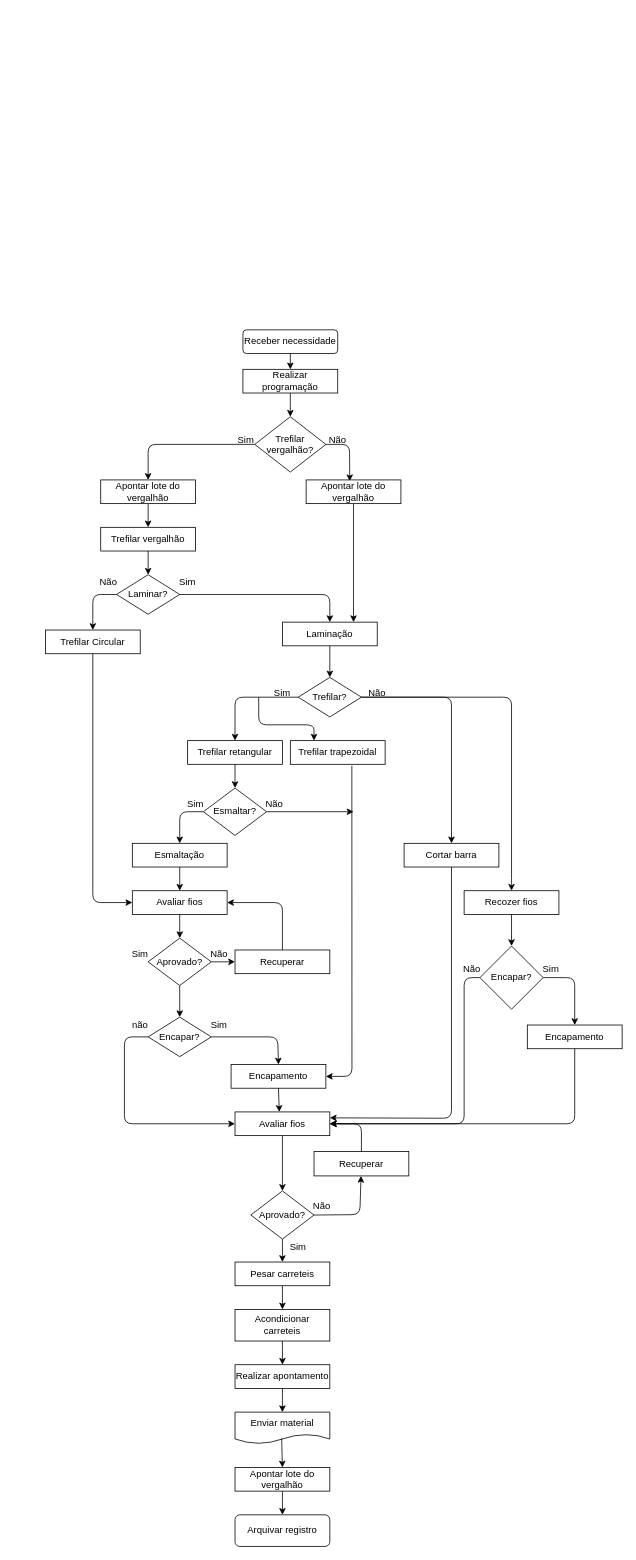
Before: Untitled Diagram.drawio in zeca-esp/disney.github.io, a draw.io diagram. Source tidied: cells renumbered, new cells numbered last; positions are measured from the earlier drawing's top-left corner, leaving out a move shared by most shapes. Both pictures are drawn from the tidied source at 79%, with x=0, y=0 at pixel (45, 329).
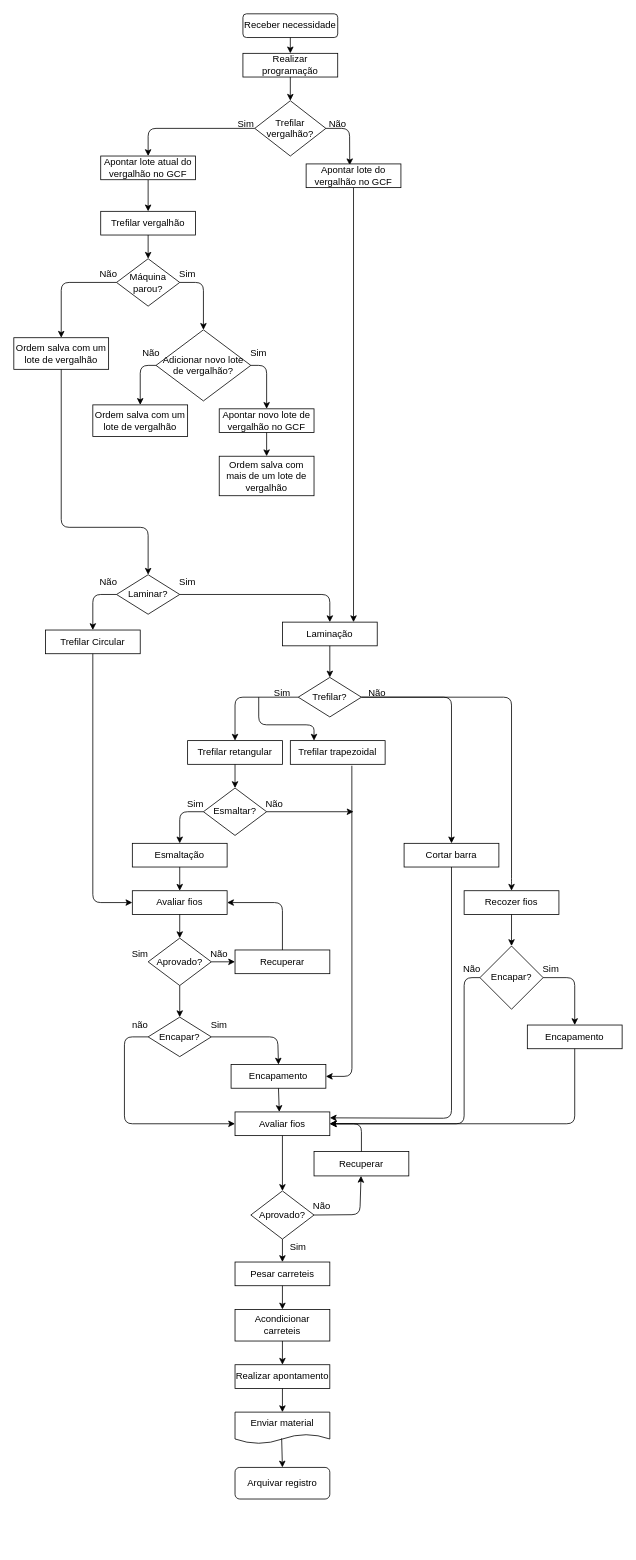
The same diagram, later.

Unchanged cells that the change refers to:
```xml
<mxCell id="7" value="Laminar?" style="rhombus;whiteSpace=wrap;html=1;" parent="1" vertex="1">
  <mxGeometry x="90" y="310" width="80" height="50" as="geometry" />
</mxCell>
```

What changed in the source:
```diff
@@
     <mxCell id="2" value="Receber necessidade" style="rounded=1;whiteSpace=wrap;html=1;" parent="1" vertex="1">
-      <mxGeometry x="250" width="120" height="30" as="geometry" />
+      <mxGeometry x="250" y="-400" width="120" height="30" as="geometry" />
     </mxCell>
     <mxCell id="3" value="Realizar programação" style="rounded=0;whiteSpace=wrap;html=1;" parent="1" vertex="1">
-      <mxGeometry x="250" y="50" width="120" height="30" as="geometry" />
+      <mxGeometry x="250" y="-350" width="120" height="30" as="geometry" />
     </mxCell>
     <mxCell id="4" value="Trefilar vergalhão?" style="rhombus;whiteSpace=wrap;html=1;" parent="1" vertex="1">
-      <mxGeometry x="265" y="110" width="90" height="70" as="geometry" />
+      <mxGeometry x="265" y="-290" width="90" height="70" as="geometry" />
     </mxCell>
     <mxCell id="5" value="Trefilar vergalhão" style="rounded=0;whiteSpace=wrap;html=1;" parent="1" vertex="1">
-      <mxGeometry x="70" y="250" width="120" height="30" as="geometry" />
+      <mxGeometry x="70" y="-150" width="120" height="30" as="geometry" />
     </mxCell>
@@
     <mxCell id="9" style="endArrow=classic;html=1;exitX=0.5;exitY=1;exitDx=0;exitDy=0;" parent="1" edge="1" source="2">
       <mxGeometry relative="1" as="geometry">
-        <mxPoint x="310" y="50" as="targetPoint" />
+        <mxPoint x="310" y="-350" as="targetPoint" />
       </mxGeometry>
     </mxCell>
@@
     <mxCell id="11" value="Sim" style="text;html=1;strokeColor=none;fillColor=none;align=center;verticalAlign=middle;whiteSpace=wrap;rounded=0;" parent="1" vertex="1">
-      <mxGeometry x="234" y="130" width="40" height="20" as="geometry" />
+      <mxGeometry x="234" y="-270" width="40" height="20" as="geometry" />
     </mxCell>
@@
     <mxCell id="13" value="Não" style="text;html=1;strokeColor=none;fillColor=none;align=center;verticalAlign=middle;whiteSpace=wrap;rounded=0;" parent="1" vertex="1">
-      <mxGeometry x="350" y="130" width="40" height="20" as="geometry" />
+      <mxGeometry x="350" y="-270" width="40" height="20" as="geometry" />
     </mxCell>
@@
-    <mxCell id="16" style="endArrow=classic;html=1;exitX=0.5;exitY=1;exitDx=0;exitDy=0;entryX=0.5;entryY=0;entryDx=0;entryDy=0;" parent="1" edge="1" source="5" target="7">
-      <mxGeometry relative="1" as="geometry" />
-    </mxCell>
@@
     <mxCell id="20" style="endArrow=classic;html=1;exitX=1;exitY=0.5;exitDx=0;exitDy=0;entryX=0.46;entryY=0.055;entryDx=0;entryDy=0;entryPerimeter=0;" parent="1" edge="1" source="4" target="90">
       <mxGeometry relative="1" as="geometry">
         <Array as="points">
-          <mxPoint x="385" y="145" />
+          <mxPoint x="385" y="-255" />
         </Array>
       </mxGeometry>
     </mxCell>
@@
     <mxCell id="70" style="endArrow=classic;html=1;entryX=0.5;entryY=0;entryDx=0;entryDy=0;exitX=0;exitY=0.5;exitDx=0;exitDy=0;" parent="1" edge="1" source="4" target="89">
       <mxGeometry relative="1" as="geometry">
         <Array as="points">
-          <mxPoint x="130" y="145" />
+          <mxPoint x="130" y="-255" />
         </Array>
       </mxGeometry>
     </mxCell>
@@
     <mxCell id="72" value="Arquivar registro" style="rounded=1;whiteSpace=wrap;html=1;" parent="1" vertex="1">
-      <mxGeometry x="240" y="1500" width="120" height="40" as="geometry" />
+      <mxGeometry x="240" y="1440" width="120" height="40" as="geometry" />
     </mxCell>
@@
-    <mxCell id="77" style="endArrow=classic;html=1;exitX=0.5;exitY=1;exitDx=0;exitDy=0;" parent="1" edge="1">
-      <mxGeometry relative="1" as="geometry">
-        <mxPoint x="300" y="1470" as="sourcePoint" />
-        <mxPoint x="300" y="1500" as="targetPoint" />
-      </mxGeometry>
-    </mxCell>
@@
-    <mxCell id="88" value="Apontar lote do vergalhão" style="rounded=0;whiteSpace=wrap;html=1;" parent="1" vertex="1">
-      <mxGeometry x="240" y="1440" width="120" height="30" as="geometry" />
-    </mxCell>
-    <mxCell id="89" value="Apontar lote do vergalhão" style="rounded=0;whiteSpace=wrap;html=1;" parent="1" vertex="1">
-      <mxGeometry x="70" y="190" width="120" height="30" as="geometry" />
+    <mxCell id="89" value="Apontar lote atual do vergalhão no GCF" style="rounded=0;whiteSpace=wrap;html=1;" parent="1" vertex="1">
+      <mxGeometry x="70" y="-220" width="120" height="30" as="geometry" />
     </mxCell>
-    <mxCell id="90" value="Apontar lote do vergalhão" style="rounded=0;whiteSpace=wrap;html=1;" parent="1" vertex="1">
-      <mxGeometry x="330" y="190" width="120" height="30" as="geometry" />
+    <mxCell id="90" value="Apontar lote do vergalhão no GCF" style="rounded=0;whiteSpace=wrap;html=1;" parent="1" vertex="1">
+      <mxGeometry x="330" y="-210" width="120" height="30" as="geometry" />
     </mxCell>
+    <mxCell id="91" value="Máquina parou?" style="rhombus;whiteSpace=wrap;html=1;" parent="1" vertex="1">
+      <mxGeometry x="90" y="-90" width="80" height="60" as="geometry" />
+    </mxCell>
+    <mxCell id="92" style="endArrow=classic;html=1;exitX=1;exitY=0.5;exitDx=0;exitDy=0;entryX=0.5;entryY=0;entryDx=0;entryDy=0;" parent="1" edge="1" source="91" target="96">
+      <mxGeometry relative="1" as="geometry">
+        <Array as="points">
+          <mxPoint x="200" y="-60" />
+        </Array>
+      </mxGeometry>
+    </mxCell>
+    <mxCell id="93" style="endArrow=classic;html=1;exitX=0;exitY=0.5;exitDx=0;exitDy=0;entryX=0.5;entryY=0;entryDx=0;entryDy=0;" parent="1" edge="1" source="91" target="102">
+      <mxGeometry relative="1" as="geometry">
+        <Array as="points">
+          <mxPoint x="20" y="-60" />
+        </Array>
+      </mxGeometry>
+    </mxCell>
+    <mxCell id="94" value="Sim" style="text;html=1;strokeColor=none;fillColor=none;align=center;verticalAlign=middle;whiteSpace=wrap;rounded=0;" parent="1" vertex="1">
+      <mxGeometry x="160" y="-80" width="40" height="20" as="geometry" />
+    </mxCell>
+    <mxCell id="95" value="Não" style="text;html=1;strokeColor=none;fillColor=none;align=center;verticalAlign=middle;whiteSpace=wrap;rounded=0;" parent="1" vertex="1">
+      <mxGeometry x="60" y="-80" width="40" height="20" as="geometry" />
+    </mxCell>
+    <mxCell id="96" value="Adicionar novo lote de vergalhão?" style="rhombus;whiteSpace=wrap;html=1;" parent="1" vertex="1">
+      <mxGeometry x="140" width="120" height="90" as="geometry" />
+    </mxCell>
+    <mxCell id="97" style="endArrow=classic;html=1;exitX=0;exitY=0.5;exitDx=0;exitDy=0;entryX=0.5;entryY=0;entryDx=0;entryDy=0;" parent="1" edge="1" source="96" target="103">
+      <mxGeometry relative="1" as="geometry">
+        <Array as="points">
+          <mxPoint x="120" y="45" />
+        </Array>
+      </mxGeometry>
+    </mxCell>
+    <mxCell id="98" value="Não" style="text;html=1;strokeColor=none;fillColor=none;align=center;verticalAlign=middle;whiteSpace=wrap;rounded=0;" parent="1" vertex="1">
+      <mxGeometry x="114" y="20" width="40" height="20" as="geometry" />
+    </mxCell>
+    <mxCell id="99" style="endArrow=classic;html=1;exitX=1;exitY=0.5;exitDx=0;exitDy=0;entryX=0.5;entryY=0;entryDx=0;entryDy=0;" parent="1" edge="1" source="96" target="101">
+      <mxGeometry relative="1" as="geometry">
+        <Array as="points">
+          <mxPoint x="280" y="45" />
+        </Array>
+      </mxGeometry>
+    </mxCell>
+    <mxCell id="100" value="Sim" style="text;html=1;strokeColor=none;fillColor=none;align=center;verticalAlign=middle;whiteSpace=wrap;rounded=0;" parent="1" vertex="1">
+      <mxGeometry x="250" y="20" width="40" height="20" as="geometry" />
+    </mxCell>
+    <mxCell id="101" value="Apontar novo lote de vergalhão no GCF" style="rounded=0;whiteSpace=wrap;html=1;" parent="1" vertex="1">
+      <mxGeometry x="220" y="100" width="120" height="30" as="geometry" />
+    </mxCell>
+    <mxCell id="102" value="Ordem salva com um lote de vergalhão" style="rounded=0;whiteSpace=wrap;html=1;" parent="1" vertex="1">
+      <mxGeometry x="-40" y="10" width="120" height="40" as="geometry" />
+    </mxCell>
+    <mxCell id="103" value="Ordem salva com um lote de vergalhão" style="rounded=0;whiteSpace=wrap;html=1;" parent="1" vertex="1">
+      <mxGeometry x="60" y="95" width="120" height="40" as="geometry" />
+    </mxCell>
+    <mxCell id="104" style="endArrow=classic;html=1;exitX=0.5;exitY=1;exitDx=0;exitDy=0;entryX=0.5;entryY=0;entryDx=0;entryDy=0;" parent="1" edge="1" source="101" target="105">
+      <mxGeometry relative="1" as="geometry" />
+    </mxCell>
+    <mxCell id="105" value="Ordem salva com mais de um lote de vergalhão" style="rounded=0;whiteSpace=wrap;html=1;" parent="1" vertex="1">
+      <mxGeometry x="220" y="160" width="120" height="50" as="geometry" />
+    </mxCell>
+    <mxCell id="106" style="endArrow=classic;html=1;exitX=0.5;exitY=1;exitDx=0;exitDy=0;" parent="1" edge="1" source="5" target="91">
+      <mxGeometry relative="1" as="geometry" />
+    </mxCell>
+    <mxCell id="107" style="endArrow=classic;html=1;entryX=0.5;entryY=0;entryDx=0;entryDy=0;exitX=0.5;exitY=1;exitDx=0;exitDy=0;" parent="1" edge="1" source="102" target="7">
+      <mxGeometry relative="1" as="geometry">
+        <Array as="points">
+          <mxPoint x="20" y="250" />
+          <mxPoint x="130" y="250" />
+        </Array>
+      </mxGeometry>
+    </mxCell>
```
